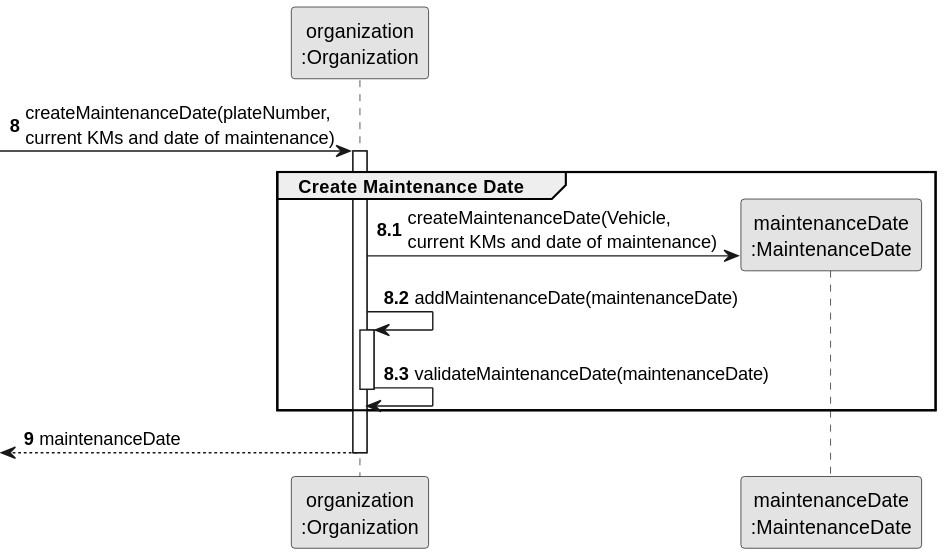
Earlier version of the PlantUML export docs/sprint3/us007/03.design/svg/us007-sequence-diagram-partial-create-MaintenanceDate.svg (tiagosoa/lei-24-s2-1dgh-g073). The source it was exported from:
```plantuml
@startuml
skinparam monochrome true
skinparam packageStyle rectangle
skinparam shadowing false

participant "organization\n:Organization" as ORG
participant "maintenanceDate\n:MaintenanceDate" as DATE
autonumber 8
-> ORG: createMaintenanceDate(plateNumber, \ncurrent KMs and date of maintenance)

autonumber 8.1
activate ORG
    group Create Maintenance Date

        ORG -> DATE**: createMaintenanceDate(Vehicle, \ncurrent KMs and date of maintenance)
        ORG -> ORG: addMaintenanceDate(maintenanceDate)


                        activate ORG
                            ORG -> ORG: validateMaintenanceDate(maintenanceDate)
                            deactivate ORG


    end

    autonumber 9
    <-- ORG : maintenanceDate
deactivate ORG
@enduml
```
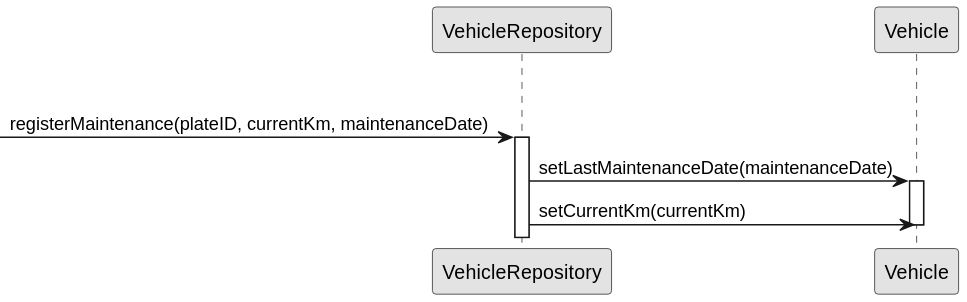
Later version of the same file.

Diff of the diagram source:
```diff
@@ -3,27 +3,16 @@
 skinparam packageStyle rectangle
 skinparam shadowing false
 
-participant "organization\n:Organization" as ORG
-participant "maintenanceDate\n:MaintenanceDate" as DATE
-autonumber 8
--> ORG: createMaintenanceDate(plateNumber, \ncurrent KMs and date of maintenance)
+participant "VehicleRepository" as VR
+participant "Vehicle" as VEICULO
 
-autonumber 8.1
-activate ORG
-    group Create Maintenance Date
+    group Register Maintenance Date
 
-        ORG -> DATE**: createMaintenanceDate(Vehicle, \ncurrent KMs and date of maintenance)
-        ORG -> ORG: addMaintenanceDate(maintenanceDate)
+         -> VR: registerMaintenance(plateID, currentKm, maintenanceDate)
+            activate VR
 
-
-                        activate ORG
-                            ORG -> ORG: validateMaintenanceDate(maintenanceDate)
-                            deactivate ORG
-
-
-    end
-
-    autonumber 9
-    <-- ORG : maintenanceDate
-deactivate ORG
+                VR -> VEICULO: setLastMaintenanceDate(maintenanceDate)
+                activate VEICULO
+                VR -> VEICULO: setCurrentKm(currentKm)
+                deactivate VEICULO
 @enduml
```
